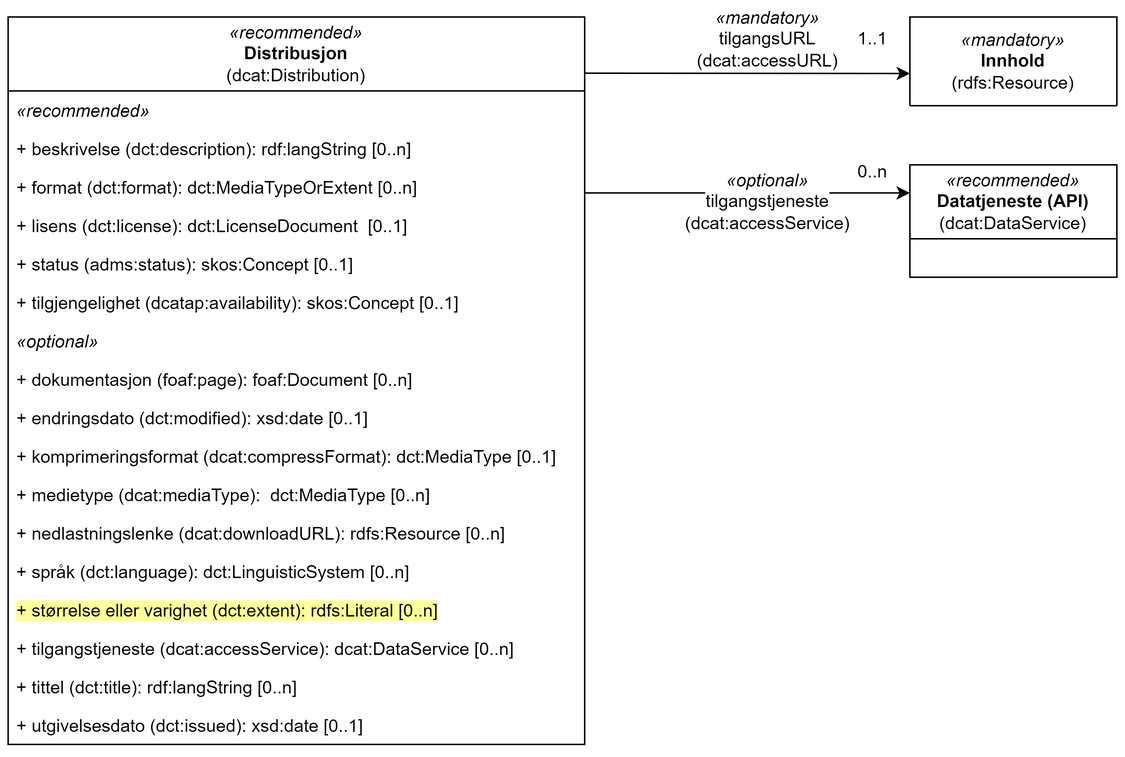
Before: cdvno/images/cdvno-distribution.png, a diagram exported from draw.io (jimjyang/playground). Source tidied: cells renumbered, new cells last; positions are measured from the earlier drawing's top-left corner, leaving out a move shared by most shapes.
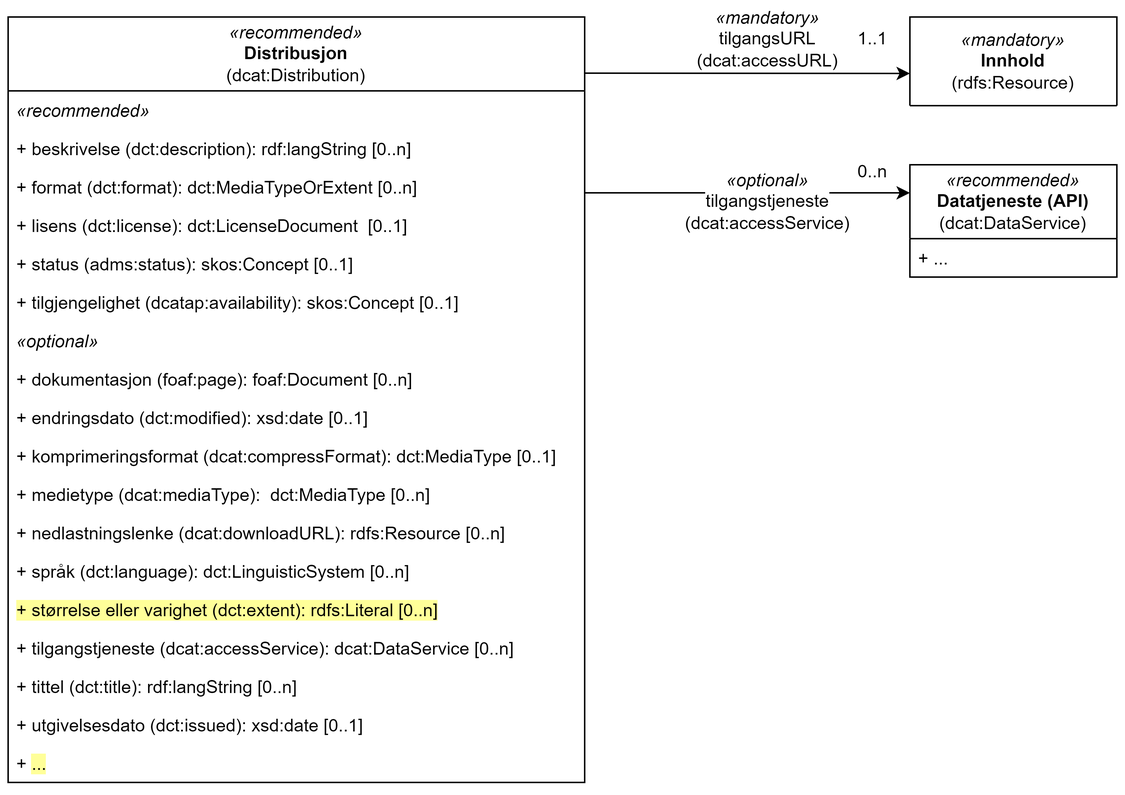
After the change.

Diff of the diagram source:
```diff
@@ -6,7 +6,7 @@
       <mxGeometry x="610" width="140" height="60" as="geometry" />
     </mxCell>
     <mxCell id="3" value="&lt;i style=&quot;border-color: var(--border-color);&quot;&gt;«recommended»&lt;/i&gt;&lt;br style=&quot;border-color: var(--border-color);&quot;&gt;&lt;b style=&quot;border-color: var(--border-color);&quot;&gt;Distribusjon&lt;br style=&quot;border-color: var(--border-color);&quot;&gt;&lt;/b&gt;(dcat:Distribution)" style="swimlane;fontStyle=0;horizontal=1;startSize=50;fillColor=none;whiteSpace=wrap;html=1;" parent="1" vertex="1">
-      <mxGeometry width="390" height="492" as="geometry" />
+      <mxGeometry width="390" height="518" as="geometry" />
     </mxCell>
     <mxCell id="4" value="&lt;i&gt;«recommended»&lt;/i&gt;" style="text;strokeColor=none;fillColor=none;align=left;verticalAlign=top;spacingLeft=4;spacingRight=4;overflow=hidden;whiteSpace=wrap;html=1;" parent="3" vertex="1">
       <mxGeometry y="50" width="390" height="26" as="geometry" />
@@ -59,9 +59,15 @@
     <mxCell id="20" value="+ utgivelsesdato (dct:issued)&lt;span style=&quot;background-color: initial;&quot;&gt;:&amp;nbsp;&lt;/span&gt;xsd:date [0..1]" style="text;strokeColor=none;fillColor=none;align=left;verticalAlign=top;spacingLeft=4;spacingRight=4;overflow=hidden;whiteSpace=wrap;html=1;" parent="3" vertex="1">
       <mxGeometry y="466" width="390" height="26" as="geometry" />
     </mxCell>
+    <mxCell id="28" value="+ &lt;span style=&quot;background-color: rgb(255, 255, 153);&quot;&gt;...&lt;/span&gt;" style="text;strokeColor=none;fillColor=none;align=left;verticalAlign=top;spacingLeft=4;spacingRight=4;overflow=hidden;whiteSpace=wrap;html=1;" parent="3" vertex="1">
+      <mxGeometry y="492" width="390" height="26" as="geometry" />
+    </mxCell>
     <mxCell id="21" value="&lt;i style=&quot;border-color: var(--border-color);&quot;&gt;«recommended»&lt;/i&gt;&lt;br style=&quot;border-color: var(--border-color);&quot;&gt;&lt;b style=&quot;border-color: var(--border-color);&quot;&gt;Datatjeneste (API)&lt;br style=&quot;border-color: var(--border-color);&quot;&gt;&lt;/b&gt;(dcat:DataService)" style="swimlane;fontStyle=0;horizontal=1;startSize=50;fillColor=none;whiteSpace=wrap;html=1;" parent="1" vertex="1">
       <mxGeometry x="610" y="100" width="140" height="76" as="geometry" />
     </mxCell>
+    <mxCell id="29" value="+ ..." style="text;strokeColor=none;fillColor=none;align=left;verticalAlign=top;spacingLeft=4;spacingRight=4;overflow=hidden;whiteSpace=wrap;html=1;" parent="21" vertex="1">
+      <mxGeometry y="50" width="140" height="26" as="geometry" />
+    </mxCell>
     <mxCell id="22" style="endArrow=classic;html=1;rounded=0;entryX=0;entryY=0.637;entryDx=0;entryDy=0;entryPerimeter=0;" parent="1" edge="1" target="2">
       <mxGeometry relative="1" as="geometry">
         <mxPoint x="390" y="38" as="sourcePoint" />
```
